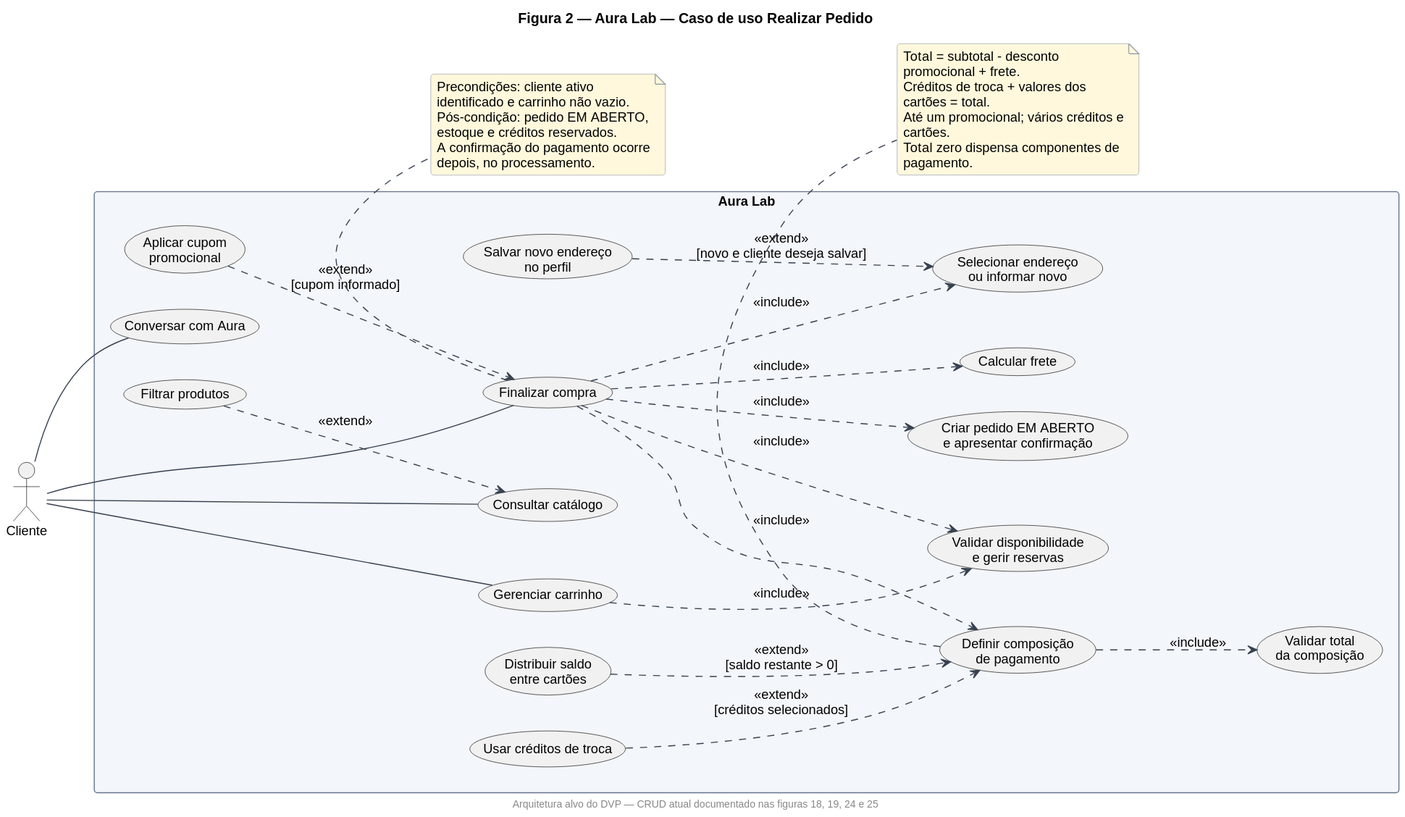
Above: docs/dvp-uml-2026/svg/02-caso-uso-realizar-pedido.svg in krisnarane/Aura_Lab (PlantUML), before the change. Source of this version:
```plantuml
@startuml
footer Arquitetura alvo do DVP — CRUD atual documentado nas figuras 18, 19, 24 e 25
skinparam backgroundColor white
skinparam shadowing false
skinparam defaultFontName Arial
skinparam defaultFontSize 13
skinparam ArrowColor #374151
skinparam packageStyle rectangle
skinparam componentStyle rectangle
skinparam classAttributeIconSize 0
skinparam roundcorner 6
skinparam NoteBackgroundColor #FFF8DC
skinparam NoteBorderColor #9CA3AF
skinparam PackageBackgroundColor #F3F6FA
skinparam PackageBorderColor #64748B
skinparam ClassBackgroundColor #FFFFFF
skinparam ClassBorderColor #64748B
skinparam wrapWidth 220

title Figura 2 — Aura Lab — Caso de uso Realizar Pedido

left to right direction
actor Cliente
rectangle "Aura Lab" {
  usecase "Consultar catálogo" as Catalogo
  usecase "Filtrar produtos" as Filtro
  usecase "Conversar com Aura" as Aura
  usecase "Gerenciar carrinho" as Carrinho
  usecase "Validar disponibilidade\ne gerir reservas" as Reserva
  usecase "Finalizar compra" as Checkout
  usecase "Selecionar endereço\nou informar novo" as Endereco
  usecase "Salvar novo endereço\nno perfil" as SalvarEndereco
  usecase "Calcular frete" as Frete
  usecase "Aplicar cupom\npromocional" as Promo
  usecase "Definir composição\nde pagamento" as Composicao
  usecase "Usar créditos de troca" as Credito
  usecase "Distribuir saldo\nentre cartões" as Cartoes
  usecase "Validar total\nda composição" as Total
  usecase "Criar pedido EM ABERTO\ne apresentar confirmação" as Pedido
}
Cliente -- Catalogo
Cliente -- Aura
Cliente -- Carrinho
Cliente -- Checkout
Filtro ..> Catalogo : <<extend>>
Carrinho ..> Reserva : <<include>>
Checkout ..> Reserva : <<include>>
Checkout ..> Endereco : <<include>>
Checkout ..> Frete : <<include>>
Checkout ..> Composicao : <<include>>
Checkout ..> Pedido : <<include>>
Promo ..> Checkout : <<extend>>\n[cupom informado]
SalvarEndereco ..> Endereco : <<extend>>\n[novo e cliente deseja salvar]
Credito ..> Composicao : <<extend>>\n[créditos selecionados]
Cartoes ..> Composicao : <<extend>>\n[saldo restante > 0]
Composicao ..> Total : <<include>>
note bottom of Checkout
  Precondições: cliente ativo identificado e carrinho não vazio.
  Pós-condição: pedido EM ABERTO, estoque e créditos reservados.
  A confirmação do pagamento ocorre depois, no processamento.
end note
note bottom of Composicao
  Total = subtotal - desconto promocional + frete.
  Créditos de troca + valores dos cartões = total.
  Até um promocional; vários créditos e cartões.
  Total zero dispensa componentes de pagamento.
end note
@enduml
```
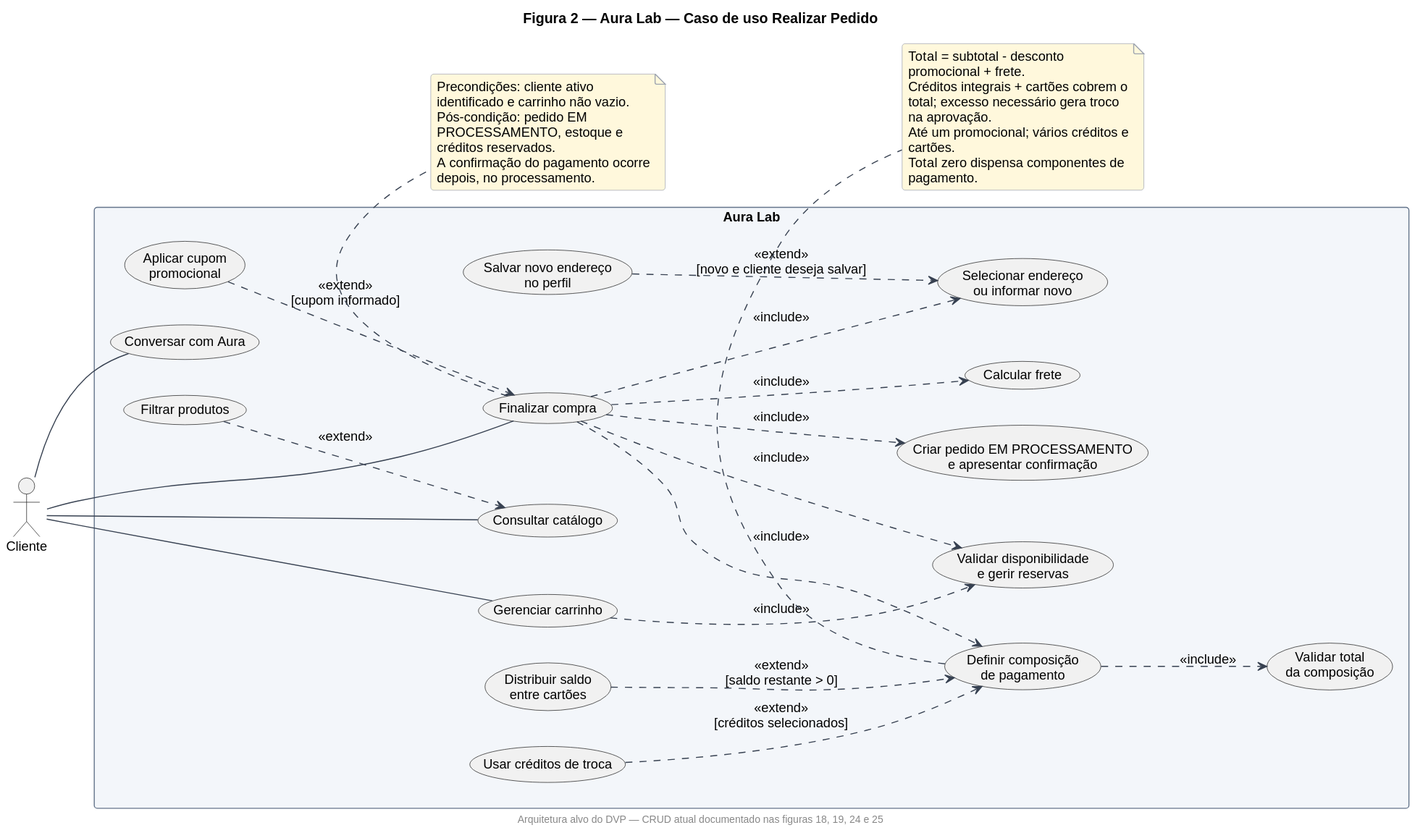
The same diagram one commit later.

Change to the diagram source:
```diff
@@ -36,7 +36,7 @@
   usecase "Usar créditos de troca" as Credito
   usecase "Distribuir saldo\nentre cartões" as Cartoes
   usecase "Validar total\nda composição" as Total
-  usecase "Criar pedido EM ABERTO\ne apresentar confirmação" as Pedido
+  usecase "Criar pedido EM PROCESSAMENTO\ne apresentar confirmação" as Pedido
 }
 Cliente -- Catalogo
 Cliente -- Aura
@@ -56,12 +56,12 @@
 Composicao ..> Total : <<include>>
 note bottom of Checkout
   Precondições: cliente ativo identificado e carrinho não vazio.
-  Pós-condição: pedido EM ABERTO, estoque e créditos reservados.
+  Pós-condição: pedido EM PROCESSAMENTO, estoque e créditos reservados.
   A confirmação do pagamento ocorre depois, no processamento.
 end note
 note bottom of Composicao
   Total = subtotal - desconto promocional + frete.
-  Créditos de troca + valores dos cartões = total.
+  Créditos integrais + cartões cobrem o total; excesso necessário gera troco na aprovação.
   Até um promocional; vários créditos e cartões.
   Total zero dispensa componentes de pagamento.
 end note
```
